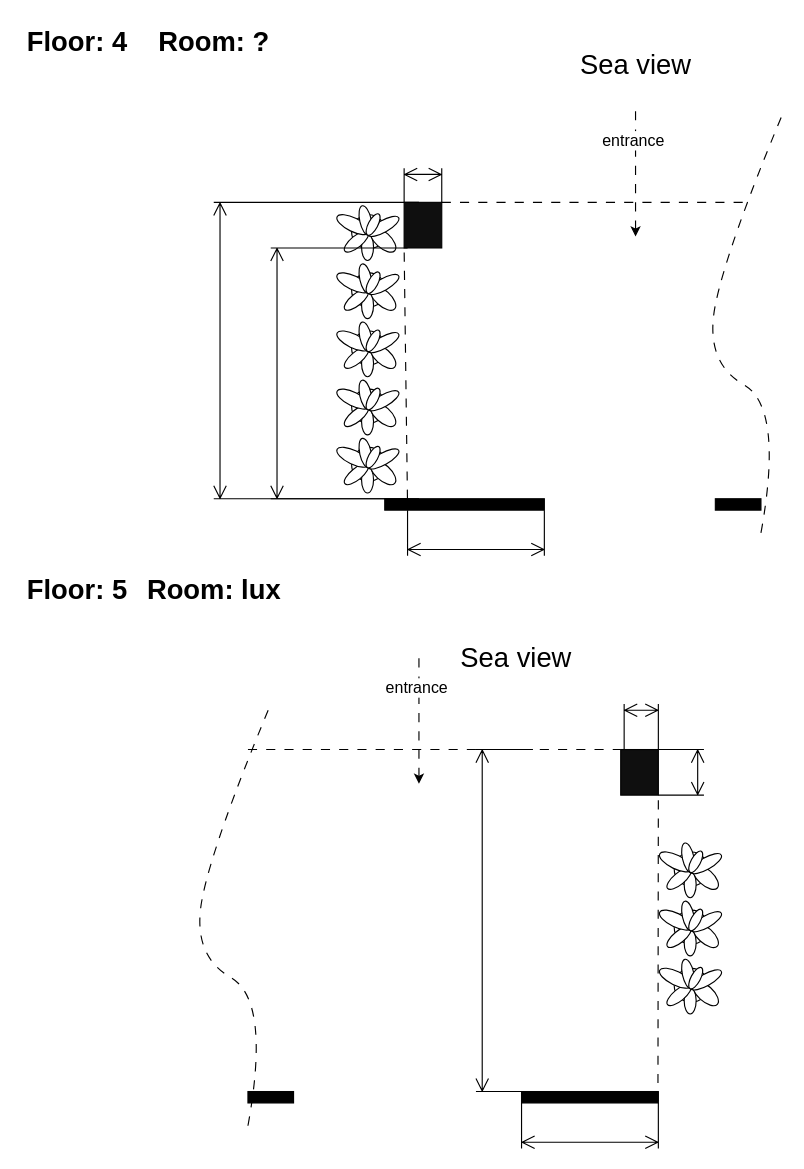
hdghg/heaven-balcony keeps this draw.io diagram as Room 15-16.drawio. Above is the earlier version. Source tidied: cells renumbered, new cells numbered last; positions are measured from the earlier drawing's top-left corner, leaving out a move shared by most shapes. Both pictures are drawn from the tidied source at 114%, with x=0, y=0 at pixel (19, 19).
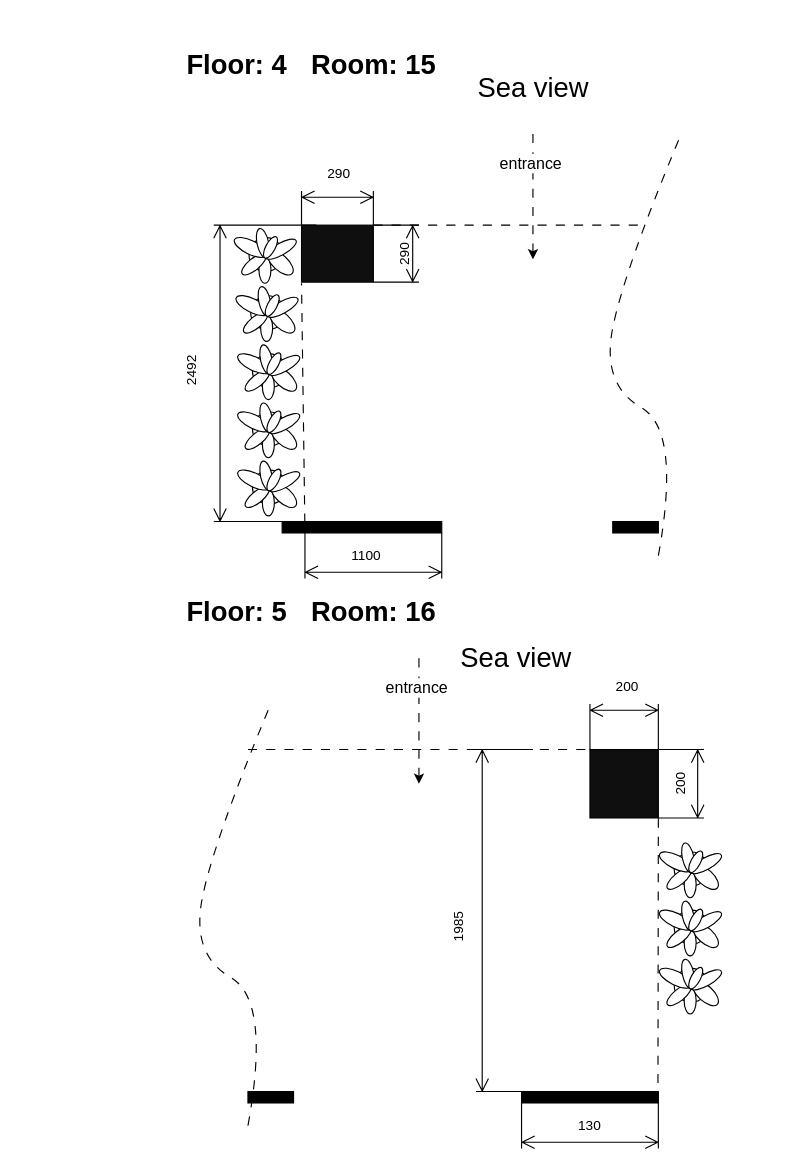
The same diagram, later.

Change to the diagram source:
```diff
@@
     <mxCell id="2" value="Floor: 4" style="text;strokeColor=none;fillColor=none;html=1;fontSize=24;fontStyle=1;verticalAlign=middle;align=center;" parent="1" vertex="1">
-      <mxGeometry width="100" height="40" as="geometry" />
+      <mxGeometry x="140" y="20" width="100" height="40" as="geometry" />
     </mxCell>
-    <mxCell id="3" value="Room: ?" style="text;strokeColor=none;fillColor=none;html=1;fontSize=24;fontStyle=1;verticalAlign=middle;align=center;" parent="1" vertex="1">
-      <mxGeometry x="120" width="100" height="40" as="geometry" />
+    <mxCell id="3" value="Room: 15" style="text;strokeColor=none;fillColor=none;html=1;fontSize=24;fontStyle=1;verticalAlign=middle;align=center;" parent="1" vertex="1">
+      <mxGeometry x="260" y="20" width="100" height="40" as="geometry" />
     </mxCell>
-    <mxCell id="4" style="verticalLabelPosition=bottom;html=1;verticalAlign=top;align=center;shape=mxgraph.floorplan.plant;" parent="1" vertex="1">
-      <mxGeometry x="280" y="160" width="47" height="51" as="geometry" />
-    </mxCell>
-    <mxCell id="5" style="verticalLabelPosition=bottom;html=1;verticalAlign=top;align=center;shape=mxgraph.floorplan.wall;fillColor=strokeColor;" parent="1" vertex="1">
-      <mxGeometry x="610" y="420" width="40" height="10" as="geometry" />
-    </mxCell>
-    <mxCell id="6" style="verticalLabelPosition=bottom;html=1;verticalAlign=top;align=center;shape=mxgraph.floorplan.plant;" parent="1" vertex="1">
-      <mxGeometry x="280" y="262" width="47" height="51" as="geometry" />
-    </mxCell>
-    <mxCell id="7" style="verticalLabelPosition=bottom;html=1;verticalAlign=top;align=center;shape=mxgraph.floorplan.plant;" parent="1" vertex="1">
-      <mxGeometry x="280" y="211" width="47" height="51" as="geometry" />
-    </mxCell>
-    <mxCell id="8" style="verticalLabelPosition=bottom;html=1;verticalAlign=top;align=center;shape=mxgraph.floorplan.plant;" parent="1" vertex="1">
-      <mxGeometry x="280" y="313" width="47" height="51" as="geometry" />
-    </mxCell>
-    <mxCell id="9" style="verticalLabelPosition=bottom;html=1;verticalAlign=top;align=center;shape=mxgraph.floorplan.wall;fillColor=strokeColor;" parent="1" vertex="1">
-      <mxGeometry x="320" y="420" width="140" height="10" as="geometry" />
-    </mxCell>
-    <mxCell id="10" style="verticalLabelPosition=bottom;html=1;verticalAlign=top;align=center;shape=mxgraph.floorplan.plant;" parent="1" vertex="1">
-      <mxGeometry x="280" y="364" width="47" height="51" as="geometry" />
-    </mxCell>
-    <mxCell id="11" style="rounded=0;whiteSpace=wrap;html=1;fillColor=#0F0F0F;" parent="1" vertex="1">
-      <mxGeometry x="337" y="160" width="33" height="40" as="geometry" />
-    </mxCell>
-    <mxCell id="12" value="Sea view" style="text;strokeColor=none;fillColor=none;html=1;fontSize=24;fontStyle=0;verticalAlign=middle;align=center;" parent="1" vertex="1">
-      <mxGeometry x="490" y="20" width="100" height="40" as="geometry" />
-    </mxCell>
-    <mxCell id="13" style="endArrow=classic;html=1;rounded=0;dashed=1;dashPattern=8 8;" parent="1" edge="1">
-      <mxGeometry relative="1" as="geometry">
-        <mxPoint x="540" y="80" as="sourcePoint" />
-        <mxPoint x="540" y="190" as="targetPoint" />
-      </mxGeometry>
-    </mxCell>
-    <mxCell id="14" value="entrance" style="edgeLabel;html=1;align=center;verticalAlign=middle;fontSize=14;" parent="13" vertex="1">
-      <mxGeometry x="-0.54" y="-3" relative="1" as="geometry" />
-    </mxCell>
-    <mxCell id="15" style="shape=dimension;direction=south;whiteSpace=wrap;html=1;align=left;points=[];verticalAlign=middle;labelBackgroundColor=#ffffff;fillColor=#0F0F0F;" parent="1" vertex="1">
-      <mxGeometry x="170" y="160" width="180" height="260" as="geometry" />
-    </mxCell>
-    <mxCell id="16" style="shape=dimension;direction=west;whiteSpace=wrap;html=1;align=center;verticalAlign=top;spacingTop=-8;labelBackgroundColor=#ffffff;fillColor=#0F0F0F;" parent="1" vertex="1">
-      <mxGeometry x="337" y="130" width="33" height="30" as="geometry" />
-    </mxCell>
-    <mxCell id="17" style="endArrow=none;dashed=1;html=1;rounded=0;dashPattern=8 8;exitX=1;exitY=0;exitDx=0;exitDy=0;" parent="1" edge="1" source="11">
-      <mxGeometry relative="1" as="geometry">
-        <mxPoint x="640" y="160" as="targetPoint" />
-      </mxGeometry>
-    </mxCell>
-    <mxCell id="18" style="endArrow=none;dashed=1;html=1;rounded=0;dashPattern=8 8;entryX=0;entryY=1;entryDx=0;entryDy=0;exitX=1;exitY=0.056;exitDx=0;exitDy=0;exitPerimeter=0;" parent="1" edge="1" source="15" target="11">
-      <mxGeometry relative="1" as="geometry" />
-    </mxCell>
-    <mxCell id="19" style="curved=1;endArrow=none;html=1;rounded=0;dashed=1;dashPattern=8 8;strokeColor=default;endFill=0;" parent="1" edge="1">
-      <mxGeometry relative="1" as="geometry">
-        <mxPoint x="650" y="450" as="sourcePoint" />
-        <mxPoint x="670" y="80" as="targetPoint" />
-        <Array as="points">
-          <mxPoint x="670" y="340" />
-          <mxPoint x="600" y="300" />
-          <mxPoint x="620" y="200" />
-        </Array>
-      </mxGeometry>
-    </mxCell>
@@
     <mxCell id="25" style="rounded=0;whiteSpace=wrap;html=1;fillColor=#0F0F0F;" parent="1" vertex="1">
-      <mxGeometry x="527" y="640" width="33" height="40" as="geometry" />
+      <mxGeometry x="500" y="640" width="60" height="60" as="geometry" />
     </mxCell>
@@
     <mxCell id="30" value="Floor: 5" style="text;strokeColor=none;fillColor=none;html=1;fontSize=24;fontStyle=1;verticalAlign=middle;align=center;" parent="1" vertex="1">
-      <mxGeometry y="480" width="100" height="40" as="geometry" />
+      <mxGeometry x="140" y="500" width="100" height="40" as="geometry" />
     </mxCell>
-    <mxCell id="31" value="Room: lux" style="text;strokeColor=none;fillColor=none;html=1;fontSize=24;fontStyle=1;verticalAlign=middle;align=center;" parent="1" vertex="1">
-      <mxGeometry x="120" y="480" width="100" height="40" as="geometry" />
+    <mxCell id="31" value="Room: 16" style="text;strokeColor=none;fillColor=none;html=1;fontSize=24;fontStyle=1;verticalAlign=middle;align=center;" parent="1" vertex="1">
+      <mxGeometry x="260" y="500" width="100" height="40" as="geometry" />
     </mxCell>
-    <mxCell id="32" style="shape=dimension;whiteSpace=wrap;html=1;align=center;verticalAlign=bottom;spacingBottom=-5;labelBackgroundColor=#ffffff;fontSize=14;fillColor=#0F0F0F;" parent="1" vertex="1">
-      <mxGeometry x="340" y="430" width="120" height="40" as="geometry" />
-    </mxCell>
-    <mxCell id="33" style="shape=dimension;direction=south;whiteSpace=wrap;html=1;align=left;verticalAlign=middle;labelBackgroundColor=#ffffff;fillColor=#0F0F0F;" parent="1" vertex="1">
-      <mxGeometry x="220" y="200" width="120" height="220" as="geometry" />
-    </mxCell>
@@
     <mxCell id="38" style="shape=dimension;direction=north;whiteSpace=wrap;html=1;align=right;verticalAlign=middle;labelBackgroundColor=#ffffff;fontSize=14;fillColor=#0F0F0F;" parent="1" vertex="1">
-      <mxGeometry x="560" y="640" width="40" height="40" as="geometry" />
+      <mxGeometry x="560" y="640" width="40" height="60" as="geometry" />
     </mxCell>
     <mxCell id="39" style="shape=dimension;direction=west;whiteSpace=wrap;html=1;align=center;verticalAlign=top;spacingTop=-8;labelBackgroundColor=#ffffff;fontSize=14;fillColor=#0F0F0F;" parent="1" vertex="1">
-      <mxGeometry x="530" y="600" width="30" height="40" as="geometry" />
+      <mxGeometry x="500" y="600" width="60" height="40" as="geometry" />
     </mxCell>
+    <mxCell id="40" style="verticalLabelPosition=bottom;html=1;verticalAlign=top;align=center;shape=mxgraph.floorplan.plant;" parent="1" vertex="1">
+      <mxGeometry x="190" y="180" width="47" height="51" as="geometry" />
+    </mxCell>
+    <mxCell id="41" style="verticalLabelPosition=bottom;html=1;verticalAlign=top;align=center;shape=mxgraph.floorplan.wall;fillColor=strokeColor;" parent="1" vertex="1">
+      <mxGeometry x="520" y="440" width="40" height="10" as="geometry" />
+    </mxCell>
+    <mxCell id="42" style="verticalLabelPosition=bottom;html=1;verticalAlign=top;align=center;shape=mxgraph.floorplan.plant;" parent="1" vertex="1">
+      <mxGeometry x="193" y="282" width="47" height="51" as="geometry" />
+    </mxCell>
+    <mxCell id="43" style="verticalLabelPosition=bottom;html=1;verticalAlign=top;align=center;shape=mxgraph.floorplan.plant;" parent="1" vertex="1">
+      <mxGeometry x="193" y="333" width="47" height="51" as="geometry" />
+    </mxCell>
+    <mxCell id="44" style="verticalLabelPosition=bottom;html=1;verticalAlign=top;align=center;shape=mxgraph.floorplan.wall;fillColor=strokeColor;" parent="1" vertex="1">
+      <mxGeometry x="230" y="440" width="140" height="10" as="geometry" />
+    </mxCell>
+    <mxCell id="45" style="verticalLabelPosition=bottom;html=1;verticalAlign=top;align=center;shape=mxgraph.floorplan.plant;" parent="1" vertex="1">
+      <mxGeometry x="193" y="384" width="47" height="51" as="geometry" />
+    </mxCell>
+    <mxCell id="46" style="rounded=0;whiteSpace=wrap;html=1;fillColor=#0F0F0F;" parent="1" vertex="1">
+      <mxGeometry x="247" y="180" width="63" height="50" as="geometry" />
+    </mxCell>
+    <mxCell id="12" value="Sea view" style="text;strokeColor=none;fillColor=none;html=1;fontSize=24;fontStyle=0;verticalAlign=middle;align=center;" parent="1" vertex="1">
+      <mxGeometry x="400" y="40" width="100" height="40" as="geometry" />
+    </mxCell>
+    <mxCell id="47" style="endArrow=classic;html=1;rounded=0;dashed=1;dashPattern=8 8;" parent="1" edge="1">
+      <mxGeometry relative="1" as="geometry">
+        <mxPoint x="450" y="100" as="sourcePoint" />
+        <mxPoint x="450" y="210" as="targetPoint" />
+      </mxGeometry>
+    </mxCell>
+    <mxCell id="14" value="entrance" style="edgeLabel;html=1;align=center;verticalAlign=middle;fontSize=14;" parent="47" vertex="1">
+      <mxGeometry x="-0.54" y="-3" relative="1" as="geometry" />
+    </mxCell>
+    <mxCell id="48" style="shape=dimension;direction=south;whiteSpace=wrap;html=1;align=left;verticalAlign=middle;labelBackgroundColor=#ffffff;fillColor=#0F0F0F;" parent="1" vertex="1">
+      <mxGeometry x="170" y="180" width="90" height="260" as="geometry" />
+    </mxCell>
+    <mxCell id="49" style="shape=dimension;direction=west;whiteSpace=wrap;html=1;align=center;verticalAlign=top;spacingTop=-8;labelBackgroundColor=#ffffff;fillColor=#0F0F0F;" parent="1" vertex="1">
+      <mxGeometry x="247" y="150" width="63" height="30" as="geometry" />
+    </mxCell>
+    <mxCell id="50" style="endArrow=none;dashed=1;html=1;rounded=0;dashPattern=8 8;exitX=1;exitY=0;exitDx=0;exitDy=0;" parent="1" edge="1" source="46">
+      <mxGeometry relative="1" as="geometry">
+        <mxPoint x="550" y="180" as="targetPoint" />
+      </mxGeometry>
+    </mxCell>
+    <mxCell id="51" style="curved=1;endArrow=none;html=1;rounded=0;dashed=1;dashPattern=8 8;strokeColor=default;endFill=0;" parent="1" edge="1">
+      <mxGeometry relative="1" as="geometry">
+        <mxPoint x="560" y="470" as="sourcePoint" />
+        <mxPoint x="580" y="100" as="targetPoint" />
+        <Array as="points">
+          <mxPoint x="580" y="360" />
+          <mxPoint x="510" y="320" />
+          <mxPoint x="530" y="220" />
+        </Array>
+      </mxGeometry>
+    </mxCell>
+    <mxCell id="52" style="shape=dimension;whiteSpace=wrap;html=1;align=center;verticalAlign=bottom;spacingBottom=-5;labelBackgroundColor=#ffffff;fontSize=14;fillColor=#0F0F0F;" parent="1" vertex="1">
+      <mxGeometry x="250" y="450" width="120" height="40" as="geometry" />
+    </mxCell>
+    <mxCell id="53" style="verticalLabelPosition=bottom;html=1;verticalAlign=top;align=center;shape=mxgraph.floorplan.plant;" parent="1" vertex="1">
+      <mxGeometry x="191.5" y="231" width="47" height="51" as="geometry" />
+    </mxCell>
+    <mxCell id="54" value="290" style="text;html=1;strokeColor=none;fillColor=none;align=center;verticalAlign=middle;whiteSpace=wrap;rounded=0;" parent="1" vertex="1">
+      <mxGeometry x="250" y="120" width="60" height="30" as="geometry" />
+    </mxCell>
+    <mxCell id="55" value="1100" style="text;html=1;strokeColor=none;fillColor=none;align=center;verticalAlign=middle;whiteSpace=wrap;rounded=0;" parent="1" vertex="1">
+      <mxGeometry x="274" y="455" width="60" height="30" as="geometry" />
+    </mxCell>
+    <mxCell id="56" style="endArrow=none;dashed=1;html=1;rounded=0;dashPattern=8 8;entryX=0;entryY=1;entryDx=0;entryDy=0;exitX=1;exitY=0.056;exitDx=0;exitDy=0;exitPerimeter=0;" parent="1" edge="1">
+      <mxGeometry relative="1" as="geometry">
+        <mxPoint x="249.9" y="441" as="sourcePoint" />
+        <mxPoint x="247" y="231" as="targetPoint" />
+      </mxGeometry>
+    </mxCell>
+    <mxCell id="57" style="shape=dimension;direction=north;whiteSpace=wrap;html=1;align=right;verticalAlign=middle;labelBackgroundColor=#ffffff;" parent="1" vertex="1">
+      <mxGeometry x="310" y="180" width="40" height="50" as="geometry" />
+    </mxCell>
+    <mxCell id="58" value="290" style="text;html=1;strokeColor=none;fillColor=none;align=center;verticalAlign=middle;whiteSpace=wrap;rounded=0;rotation=270;" parent="1" vertex="1">
+      <mxGeometry x="307" y="190.5" width="60" height="30" as="geometry" />
+    </mxCell>
+    <mxCell id="59" value="2492" style="text;html=1;strokeColor=none;fillColor=none;align=center;verticalAlign=middle;whiteSpace=wrap;rounded=0;rotation=270;" parent="1" vertex="1">
+      <mxGeometry x="120" y="292.5" width="60" height="30" as="geometry" />
+    </mxCell>
+    <mxCell id="60" value="200" style="text;html=1;strokeColor=none;fillColor=none;align=center;verticalAlign=middle;whiteSpace=wrap;rounded=0;rotation=270;" parent="1" vertex="1">
+      <mxGeometry x="550" y="655" width="60" height="30" as="geometry" />
+    </mxCell>
+    <mxCell id="61" value="200" style="text;html=1;strokeColor=none;fillColor=none;align=center;verticalAlign=middle;whiteSpace=wrap;rounded=0;" parent="1" vertex="1">
+      <mxGeometry x="503" y="570" width="60" height="30" as="geometry" />
+    </mxCell>
+    <mxCell id="62" value="1985" style="text;html=1;strokeColor=none;fillColor=none;align=center;verticalAlign=middle;whiteSpace=wrap;rounded=0;rotation=270;" parent="1" vertex="1">
+      <mxGeometry x="355" y="780.5" width="60" height="30" as="geometry" />
+    </mxCell>
+    <mxCell id="63" value="130" style="text;html=1;strokeColor=none;fillColor=none;align=center;verticalAlign=middle;whiteSpace=wrap;rounded=0;" parent="1" vertex="1">
+      <mxGeometry x="470" y="955" width="60" height="30" as="geometry" />
+    </mxCell>
```
